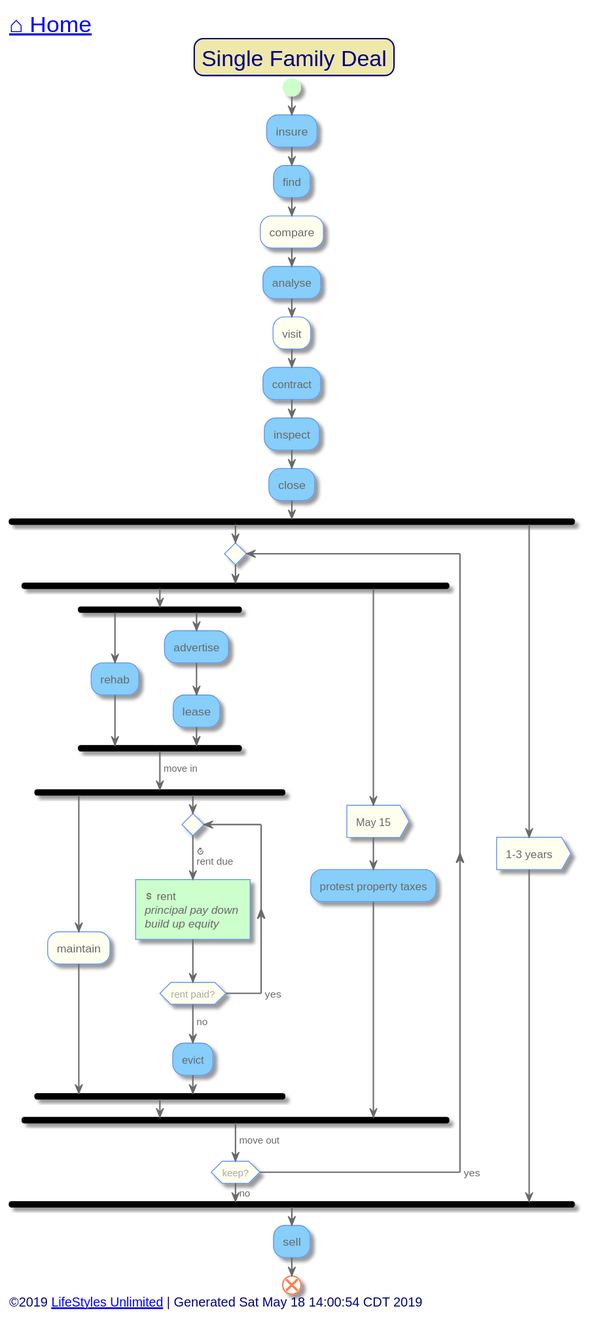
The PlantUML diagram out/src/single-family/single-family-deal.svg in toddmo/lifestylesunlimited, before a commit.
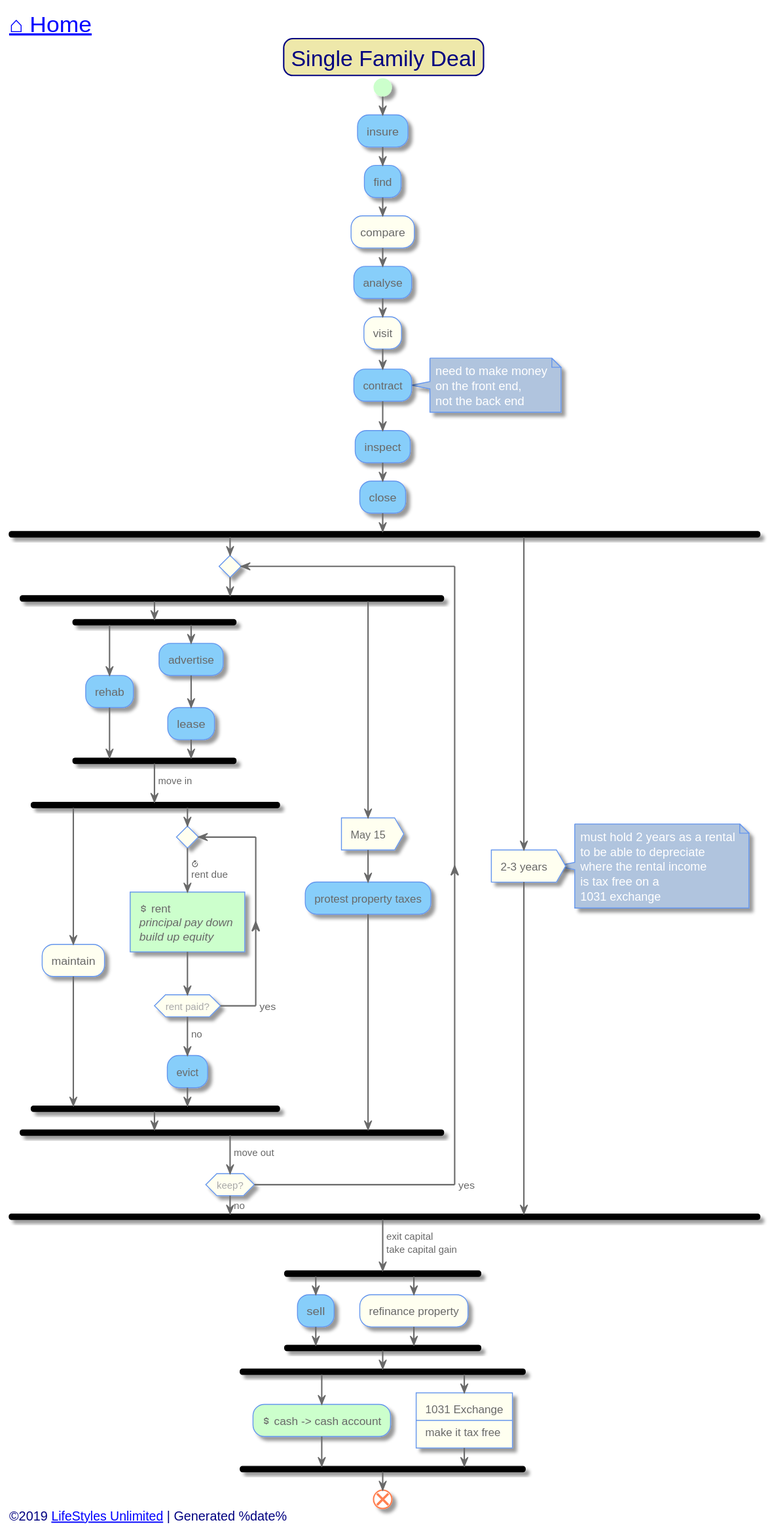
After the change.

Diff of the diagram source:
```diff
@@ -90,6 +90,11 @@
 	[[evaluating.svg?sanitize=true]]#LightSkyBlue:analyse;
 	:visit;
 	[[negotiating.svg?sanitize=true]]#LightSkyBlue:contract;
+	note right
+		need to make money
+		on the front end,
+		not the back end
+	end note
 	[[due-diligence.svg?sanitize=true]]#LightSkyBlue:inspect;
 	[[closing.svg?sanitize=true]]#LightSkyBlue:close;
 	fork
@@ -123,14 +128,35 @@
 			repeat while(keep?)->yes
 			->no;
 	fork again
-		:1-3 years>
+		:2-3 years>
+		note right
+			must hold 2 years as a rental
+			to be able to depreciate
+			where the rental income
+			is tax free on a
+			1031 exchange
+		end note
 	end fork
-	[[selling.svg?sanitize=true]]#LightSkyBlue:sell;
+	->exit capital
+	take capital gain;
+	fork
+		[[selling.svg?sanitize=true]]#LightSkyBlue:sell;
+	fork again
+		:refinance property;
+	end fork
+	fork
+		#PHYSICAL:<&dollar> cash -> cash account;
+	fork again
+		:1031 Exchange
+		----
+		make it tax free]
+	end fork
+
 	end
 
 
 left footer
-	<font size=14>©2019 [[http://www.lifestylesunlimited.com LifeStyles Unlimited]] | Generated Sat May 18 14:00:54 CDT 2019</font>
+	<font size=14>©2019 [[http://www.lifestylesunlimited.com LifeStyles Unlimited]] | Generated %date%</font>
 endfooter
 
 
```
